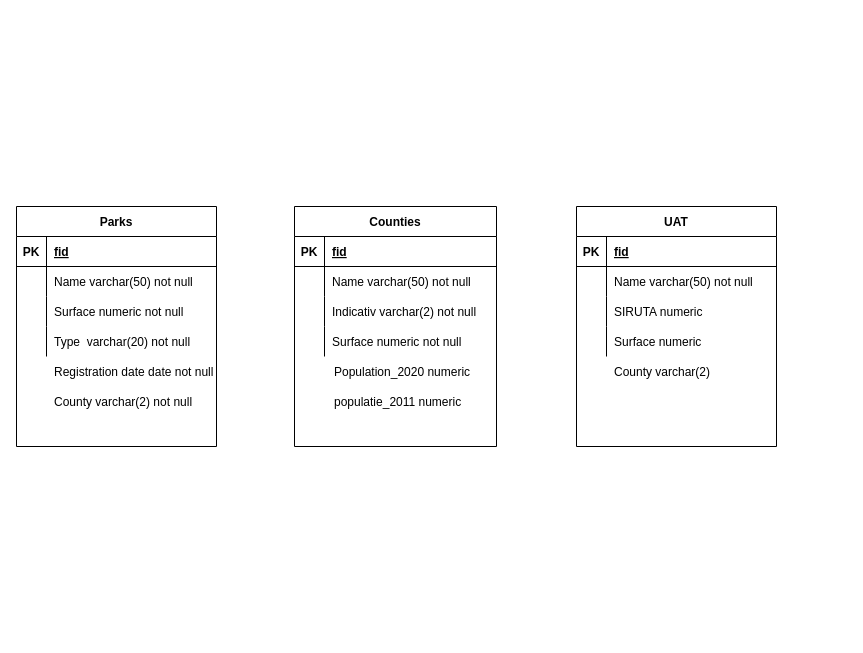
This is modelaredb1.drawio from robertwiki19/db_modeling, a draw.io file, before an edit. Source tidied: cells renumbered, new cells numbered last; positions are measured from the earlier drawing's top-left corner, leaving out a move shared by most shapes. Both pictures are drawn from the tidied source at 100%, with x=0, y=0 at pixel (16, 206).
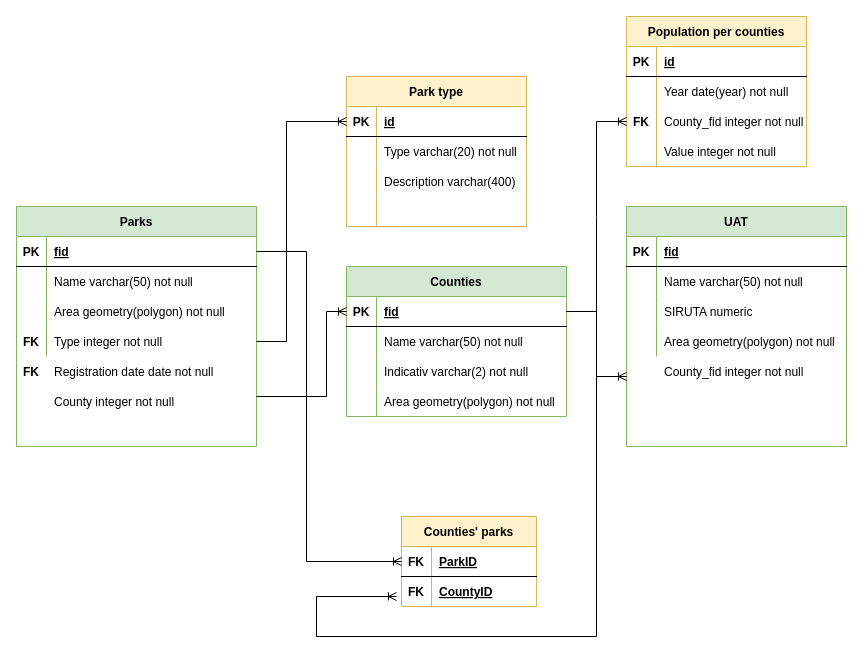
Above is the later version.

Diff of the diagram source:
```diff
@@
-    <mxCell id="2" value="Parks" style="shape=table;startSize=30;childLayout=tableLayout;rowLines=0;fontStyle=1;align=center;" parent="1" vertex="1">
-      <mxGeometry width="200" height="240" as="geometry" />
+    <mxCell id="2" value="Parks" style="shape=table;startSize=30;childLayout=tableLayout;rowLines=0;fontStyle=1;align=center;fillColor=#d5e8d4;strokeColor=#82b366;" parent="1" vertex="1">
+      <mxGeometry width="240" height="240" as="geometry" />
     </mxCell>
     <mxCell id="3" style="shape=tableRow;horizontal=0;startSize=0;swimlaneHead=0;swimlaneBody=0;fillColor=none;points=[[0,0.5],[1,0.5]];portConstraint=eastwest;top=0;left=0;right=0;bottom=1;" parent="2" vertex="1">
-      <mxGeometry y="30" width="200" height="30" as="geometry" />
+      <mxGeometry y="30" width="240" height="30" as="geometry" />
     </mxCell>
@@
     <mxCell id="5" value="fid" style="shape=partialRectangle;fillColor=none;top=0;left=0;bottom=0;right=0;align=left;spacingLeft=6;fontStyle=5;overflow=hidden;" parent="3" vertex="1">
-      <mxGeometry x="30" width="170" height="30" as="geometry" />
+      <mxGeometry x="30" width="210" height="30" as="geometry" />
     </mxCell>
     <mxCell id="6" style="shape=tableRow;horizontal=0;startSize=0;swimlaneHead=0;swimlaneBody=0;fillColor=none;top=0;left=0;right=0;bottom=0;" parent="2" vertex="1">
-      <mxGeometry y="60" width="200" height="30" as="geometry" />
+      <mxGeometry y="60" width="240" height="30" as="geometry" />
     </mxCell>
@@
     <mxCell id="8" value="Name varchar(50) not null" style="shape=partialRectangle;fillColor=none;top=0;left=0;bottom=0;right=0;align=left;spacingLeft=6;overflow=hidden;" parent="6" vertex="1">
-      <mxGeometry x="30" width="170" height="30" as="geometry" />
+      <mxGeometry x="30" width="210" height="30" as="geometry" />
     </mxCell>
     <mxCell id="9" style="shape=tableRow;horizontal=0;startSize=0;swimlaneHead=0;swimlaneBody=0;fillColor=none;top=0;left=0;right=0;bottom=0;" parent="2" vertex="1">
-      <mxGeometry y="90" width="200" height="30" as="geometry" />
+      <mxGeometry y="90" width="240" height="30" as="geometry" />
     </mxCell>
@@
-    <mxCell id="11" value="Surface numeric not null" style="shape=partialRectangle;fillColor=none;top=0;left=0;bottom=0;right=0;align=left;spacingLeft=6;overflow=hidden;" parent="9" vertex="1">
-      <mxGeometry x="30" width="170" height="30" as="geometry" />
+    <mxCell id="11" value="Area geometry(polygon) not null" style="shape=partialRectangle;fillColor=none;top=0;left=0;bottom=0;right=0;align=left;spacingLeft=6;overflow=hidden;" parent="9" vertex="1">
+      <mxGeometry x="30" width="210" height="30" as="geometry" />
     </mxCell>
     <mxCell id="12" style="shape=tableRow;horizontal=0;startSize=0;swimlaneHead=0;swimlaneBody=0;fillColor=none;points=[[0,0.5],[1,0.5]];portConstraint=eastwest;top=0;left=0;right=0;bottom=0;" parent="2" vertex="1">
-      <mxGeometry y="120" width="200" height="30" as="geometry" />
+      <mxGeometry y="120" width="240" height="30" as="geometry" />
     </mxCell>
-    <mxCell id="13" style="shape=partialRectangle;fillColor=none;top=0;left=0;bottom=0;right=0;overflow=hidden;" parent="12" vertex="1">
+    <mxCell id="13" value="FK" style="shape=partialRectangle;fillColor=none;top=0;left=0;bottom=0;right=0;overflow=hidden;fontStyle=1;" parent="12" vertex="1">
       <mxGeometry width="30" height="30" as="geometry" />
     </mxCell>
-    <mxCell id="14" value="Type  varchar(20) not null" style="shape=partialRectangle;fillColor=none;top=0;left=0;bottom=0;right=0;align=left;spacingLeft=6;overflow=hidden;" parent="12" vertex="1">
-      <mxGeometry x="30" width="170" height="30" as="geometry" />
+    <mxCell id="14" value="Type integer not null" style="shape=partialRectangle;fillColor=none;top=0;left=0;bottom=0;right=0;align=left;spacingLeft=6;overflow=hidden;" parent="12" vertex="1">
+      <mxGeometry x="30" width="210" height="30" as="geometry" />
     </mxCell>
-    <mxCell id="15" value="Counties" style="shape=table;startSize=30;childLayout=tableLayout;rowLines=0;fontStyle=1;align=center;" parent="1" vertex="1">
-      <mxGeometry x="278" width="202" height="240" as="geometry" />
+    <mxCell id="15" value="Counties" style="shape=table;startSize=30;childLayout=tableLayout;rowLines=0;fontStyle=1;align=center;fillColor=#d5e8d4;strokeColor=#82b366;" parent="1" vertex="1">
+      <mxGeometry x="330" y="60" width="220" height="150" as="geometry" />
     </mxCell>
     <mxCell id="16" style="shape=tableRow;horizontal=0;startSize=0;swimlaneHead=0;swimlaneBody=0;fillColor=none;points=[[0,0.5],[1,0.5]];portConstraint=eastwest;top=0;left=0;right=0;bottom=1;" parent="15" vertex="1">
-      <mxGeometry y="30" width="202" height="30" as="geometry" />
+      <mxGeometry y="30" width="220" height="30" as="geometry" />
     </mxCell>
@@
     <mxCell id="18" value="fid" style="shape=partialRectangle;fillColor=none;top=0;left=0;bottom=0;right=0;align=left;spacingLeft=6;fontStyle=5;overflow=hidden;" parent="16" vertex="1">
-      <mxGeometry x="30" width="172" height="30" as="geometry" />
+      <mxGeometry x="30" width="190" height="30" as="geometry" />
     </mxCell>
     <mxCell id="19" style="shape=tableRow;horizontal=0;startSize=0;swimlaneHead=0;swimlaneBody=0;fillColor=none;top=0;left=0;right=0;bottom=0;" parent="15" vertex="1">
-      <mxGeometry y="60" width="202" height="30" as="geometry" />
+      <mxGeometry y="60" width="220" height="30" as="geometry" />
     </mxCell>
@@
     <mxCell id="21" value="Name varchar(50) not null" style="shape=partialRectangle;fillColor=none;top=0;left=0;bottom=0;right=0;align=left;spacingLeft=6;overflow=hidden;" parent="19" vertex="1">
-      <mxGeometry x="30" width="172" height="30" as="geometry" />
+      <mxGeometry x="30" width="190" height="30" as="geometry" />
     </mxCell>
     <mxCell id="22" style="shape=tableRow;horizontal=0;startSize=0;swimlaneHead=0;swimlaneBody=0;fillColor=none;top=0;left=0;right=0;bottom=0;" parent="15" vertex="1">
-      <mxGeometry y="90" width="202" height="30" as="geometry" />
+      <mxGeometry y="90" width="220" height="30" as="geometry" />
     </mxCell>
@@
     <mxCell id="24" value="Indicativ varchar(2) not null" style="shape=partialRectangle;fillColor=none;top=0;left=0;bottom=0;right=0;align=left;spacingLeft=6;overflow=hidden;" parent="22" vertex="1">
-      <mxGeometry x="30" width="172" height="30" as="geometry" />
+      <mxGeometry x="30" width="190" height="30" as="geometry" />
     </mxCell>
     <mxCell id="25" style="shape=tableRow;horizontal=0;startSize=0;swimlaneHead=0;swimlaneBody=0;fillColor=none;top=0;left=0;right=0;bottom=0;" parent="15" vertex="1">
-      <mxGeometry y="120" width="202" height="30" as="geometry" />
+      <mxGeometry y="120" width="220" height="30" as="geometry" />
     </mxCell>
@@
-    <mxCell id="27" value="Surface numeric not null" style="shape=partialRectangle;fillColor=none;top=0;left=0;bottom=0;right=0;align=left;spacingLeft=6;overflow=hidden;" parent="25" vertex="1">
-      <mxGeometry x="30" width="172" height="30" as="geometry" />
+    <mxCell id="27" value="Area geometry(polygon) not null" style="shape=partialRectangle;fillColor=none;top=0;left=0;bottom=0;right=0;align=left;spacingLeft=6;overflow=hidden;" parent="25" vertex="1">
+      <mxGeometry x="30" width="190" height="30" as="geometry" />
     </mxCell>
@@
-    <mxCell id="29" value="County varchar(2) not null" style="shape=partialRectangle;fillColor=none;top=0;left=0;bottom=0;right=0;align=left;spacingLeft=6;overflow=hidden;" parent="1" vertex="1">
+    <mxCell id="29" value="County integer not null" style="shape=partialRectangle;fillColor=none;top=0;left=0;bottom=0;right=0;align=left;spacingLeft=6;overflow=hidden;" parent="1" vertex="1">
       <mxGeometry x="30" y="180" width="180" height="30" as="geometry" />
     </mxCell>
-    <mxCell id="30" value="Population_2020 numeric" style="shape=partialRectangle;fillColor=none;top=0;left=0;bottom=0;right=0;align=left;spacingLeft=6;overflow=hidden;" parent="1" vertex="1">
-      <mxGeometry x="310" y="150" width="180" height="30" as="geometry" />
-    </mxCell>
-    <mxCell id="31" value="populatie_2011 numeric" style="shape=partialRectangle;fillColor=none;top=0;left=0;bottom=0;right=0;align=left;spacingLeft=6;overflow=hidden;" parent="1" vertex="1">
-      <mxGeometry x="310" y="180" width="180" height="30" as="geometry" />
-    </mxCell>
-    <mxCell id="32" value="UAT" style="shape=table;startSize=30;childLayout=tableLayout;rowLines=0;fontStyle=1;align=center;" parent="1" vertex="1">
-      <mxGeometry x="560" width="200" height="240" as="geometry" />
+    <mxCell id="32" value="UAT" style="shape=table;startSize=30;childLayout=tableLayout;rowLines=0;fontStyle=1;align=center;fillColor=#d5e8d4;strokeColor=#82b366;" parent="1" vertex="1">
+      <mxGeometry x="610" width="220" height="240" as="geometry" />
     </mxCell>
     <mxCell id="33" style="shape=tableRow;horizontal=0;startSize=0;swimlaneHead=0;swimlaneBody=0;fillColor=none;top=0;left=0;right=0;bottom=1;" parent="32" vertex="1">
-      <mxGeometry y="30" width="200" height="30" as="geometry" />
+      <mxGeometry y="30" width="220" height="30" as="geometry" />
     </mxCell>
@@
     <mxCell id="35" value="fid" style="shape=partialRectangle;fillColor=none;top=0;left=0;bottom=0;right=0;align=left;spacingLeft=6;fontStyle=5;overflow=hidden;" parent="33" vertex="1">
-      <mxGeometry x="30" width="170" height="30" as="geometry" />
+      <mxGeometry x="30" width="190" height="30" as="geometry" />
     </mxCell>
     <mxCell id="36" style="shape=tableRow;horizontal=0;startSize=0;swimlaneHead=0;swimlaneBody=0;fillColor=none;top=0;left=0;right=0;bottom=0;" parent="32" vertex="1">
-      <mxGeometry y="60" width="200" height="30" as="geometry" />
+      <mxGeometry y="60" width="220" height="30" as="geometry" />
     </mxCell>
@@
     <mxCell id="38" value="Name varchar(50) not null" style="shape=partialRectangle;fillColor=none;top=0;left=0;bottom=0;right=0;align=left;spacingLeft=6;overflow=hidden;" parent="36" vertex="1">
-      <mxGeometry x="30" width="170" height="30" as="geometry" />
+      <mxGeometry x="30" width="190" height="30" as="geometry" />
     </mxCell>
     <mxCell id="39" style="shape=tableRow;horizontal=0;startSize=0;swimlaneHead=0;swimlaneBody=0;fillColor=none;top=0;left=0;right=0;bottom=0;" parent="32" vertex="1">
-      <mxGeometry y="90" width="200" height="30" as="geometry" />
+      <mxGeometry y="90" width="220" height="30" as="geometry" />
     </mxCell>
@@
     <mxCell id="41" value="SIRUTA numeric" style="shape=partialRectangle;fillColor=none;top=0;left=0;bottom=0;right=0;align=left;spacingLeft=6;overflow=hidden;" parent="39" vertex="1">
-      <mxGeometry x="30" width="170" height="30" as="geometry" />
+      <mxGeometry x="30" width="190" height="30" as="geometry" />
     </mxCell>
     <mxCell id="42" style="shape=tableRow;horizontal=0;startSize=0;swimlaneHead=0;swimlaneBody=0;fillColor=none;top=0;left=0;right=0;bottom=0;" parent="32" vertex="1">
-      <mxGeometry y="120" width="200" height="30" as="geometry" />
+      <mxGeometry y="120" width="220" height="30" as="geometry" />
     </mxCell>
@@
-    <mxCell id="44" value="Surface numeric" style="shape=partialRectangle;fillColor=none;top=0;left=0;bottom=0;right=0;align=left;spacingLeft=6;overflow=hidden;" parent="42" vertex="1">
-      <mxGeometry x="30" width="170" height="30" as="geometry" />
+    <mxCell id="44" value="Area geometry(polygon) not null" style="shape=partialRectangle;fillColor=none;top=0;left=0;bottom=0;right=0;align=left;spacingLeft=6;overflow=hidden;" parent="42" vertex="1">
+      <mxGeometry x="30" width="190" height="30" as="geometry" />
     </mxCell>
-    <mxCell id="45" value="County varchar(2)" style="shape=partialRectangle;fillColor=none;top=0;left=0;bottom=0;right=0;align=left;spacingLeft=6;overflow=hidden;" parent="1" vertex="1">
-      <mxGeometry x="590" y="150" width="170" height="30" as="geometry" />
+    <mxCell id="45" value="County_fid integer not null" style="shape=partialRectangle;fillColor=none;top=0;left=0;bottom=0;right=0;align=left;spacingLeft=6;overflow=hidden;" parent="1" vertex="1">
+      <mxGeometry x="640" y="150" width="170" height="30" as="geometry" />
     </mxCell>
+    <mxCell id="46" value="Park type" style="shape=table;startSize=30;childLayout=tableLayout;rowLines=0;fontStyle=1;align=center;fillColor=#fff2cc;strokeColor=#d6b656;" parent="1" vertex="1">
+      <mxGeometry x="330" y="-130" width="180" height="150" as="geometry" />
+    </mxCell>
+    <mxCell id="47" style="shape=tableRow;horizontal=0;startSize=0;swimlaneHead=0;swimlaneBody=0;fillColor=none;points=[[0,0.5],[1,0.5]];portConstraint=eastwest;top=0;left=0;right=0;bottom=1;" parent="46" vertex="1">
+      <mxGeometry y="30" width="180" height="30" as="geometry" />
+    </mxCell>
+    <mxCell id="48" value="PK" style="shape=partialRectangle;fillColor=none;top=0;left=0;bottom=0;right=0;fontStyle=1;overflow=hidden;" parent="47" vertex="1">
+      <mxGeometry width="30" height="30" as="geometry" />
+    </mxCell>
+    <mxCell id="49" value="id" style="shape=partialRectangle;fillColor=none;top=0;left=0;bottom=0;right=0;align=left;spacingLeft=6;fontStyle=5;overflow=hidden;" parent="47" vertex="1">
+      <mxGeometry x="30" width="150" height="30" as="geometry" />
+    </mxCell>
+    <mxCell id="50" style="shape=tableRow;horizontal=0;startSize=0;swimlaneHead=0;swimlaneBody=0;fillColor=none;top=0;left=0;right=0;bottom=0;" parent="46" vertex="1">
+      <mxGeometry y="60" width="180" height="30" as="geometry" />
+    </mxCell>
+    <mxCell id="51" style="shape=partialRectangle;fillColor=none;top=0;left=0;bottom=0;right=0;overflow=hidden;" parent="50" vertex="1">
+      <mxGeometry width="30" height="30" as="geometry" />
+    </mxCell>
+    <mxCell id="52" value="Type varchar(20) not null" style="shape=partialRectangle;fillColor=none;top=0;left=0;bottom=0;right=0;align=left;spacingLeft=6;overflow=hidden;" parent="50" vertex="1">
+      <mxGeometry x="30" width="150" height="30" as="geometry" />
+    </mxCell>
+    <mxCell id="53" style="shape=tableRow;horizontal=0;startSize=0;swimlaneHead=0;swimlaneBody=0;fillColor=none;top=0;left=0;right=0;bottom=0;" parent="46" vertex="1">
+      <mxGeometry y="90" width="180" height="30" as="geometry" />
+    </mxCell>
+    <mxCell id="54" style="shape=partialRectangle;fillColor=none;top=0;left=0;bottom=0;right=0;overflow=hidden;" parent="53" vertex="1">
+      <mxGeometry width="30" height="30" as="geometry" />
+    </mxCell>
+    <mxCell id="55" value="Description varchar(400)" style="shape=partialRectangle;fillColor=none;top=0;left=0;bottom=0;right=0;align=left;spacingLeft=6;overflow=hidden;" parent="53" vertex="1">
+      <mxGeometry x="30" width="150" height="30" as="geometry" />
+    </mxCell>
+    <mxCell id="56" style="shape=tableRow;horizontal=0;startSize=0;swimlaneHead=0;swimlaneBody=0;fillColor=none;top=0;left=0;right=0;bottom=0;" parent="46" vertex="1">
+      <mxGeometry y="120" width="180" height="30" as="geometry" />
+    </mxCell>
+    <mxCell id="57" style="shape=partialRectangle;fillColor=none;top=0;left=0;bottom=0;right=0;overflow=hidden;" parent="56" vertex="1">
+      <mxGeometry width="30" height="30" as="geometry" />
+    </mxCell>
+    <mxCell id="58" style="shape=partialRectangle;fillColor=none;top=0;left=0;bottom=0;right=0;align=left;spacingLeft=6;overflow=hidden;" parent="56" vertex="1">
+      <mxGeometry x="30" width="150" height="30" as="geometry" />
+    </mxCell>
+    <mxCell id="59" style="edgeStyle=orthogonalEdgeStyle;fontSize=12;html=1;endArrow=ERoneToMany;rounded=0;entryX=0;entryY=0.5;entryDx=0;entryDy=0;" parent="1" edge="1" source="12" target="47">
+      <mxGeometry relative="1" as="geometry">
+        <Array as="points">
+          <mxPoint x="270" y="135" />
+          <mxPoint x="270" y="-85" />
+        </Array>
+      </mxGeometry>
+    </mxCell>
+    <mxCell id="60" value="FK" style="shape=partialRectangle;fillColor=none;top=0;left=0;bottom=0;right=0;overflow=hidden;fontStyle=1;" parent="1" vertex="1">
+      <mxGeometry y="150" width="30" height="30" as="geometry" />
+    </mxCell>
+    <mxCell id="61" style="edgeStyle=orthogonalEdgeStyle;fontSize=12;html=1;endArrow=ERoneToMany;rounded=0;entryX=0;entryY=0.5;entryDx=0;entryDy=0;" parent="1" edge="1" target="16">
+      <mxGeometry relative="1" as="geometry">
+        <mxPoint x="240" y="190" as="sourcePoint" />
+        <Array as="points">
+          <mxPoint x="310" y="190" />
+          <mxPoint x="310" y="105" />
+        </Array>
+      </mxGeometry>
+    </mxCell>
+    <mxCell id="62" value="Population per counties" style="shape=table;startSize=30;childLayout=tableLayout;rowLines=0;fontStyle=1;align=center;fillColor=#fff2cc;strokeColor=#d6b656;" parent="1" vertex="1">
+      <mxGeometry x="610" y="-190" width="180" height="150" as="geometry" />
+    </mxCell>
+    <mxCell id="63" style="shape=tableRow;horizontal=0;startSize=0;swimlaneHead=0;swimlaneBody=0;fillColor=none;top=0;left=0;right=0;bottom=1;" parent="62" vertex="1">
+      <mxGeometry y="30" width="180" height="30" as="geometry" />
+    </mxCell>
+    <mxCell id="64" value="PK" style="shape=partialRectangle;fillColor=none;top=0;left=0;bottom=0;right=0;fontStyle=1;overflow=hidden;" parent="63" vertex="1">
+      <mxGeometry width="30" height="30" as="geometry" />
+    </mxCell>
+    <mxCell id="65" value="id" style="shape=partialRectangle;fillColor=none;top=0;left=0;bottom=0;right=0;align=left;spacingLeft=6;fontStyle=5;overflow=hidden;" parent="63" vertex="1">
+      <mxGeometry x="30" width="150" height="30" as="geometry" />
+    </mxCell>
+    <mxCell id="66" style="shape=tableRow;horizontal=0;startSize=0;swimlaneHead=0;swimlaneBody=0;fillColor=none;top=0;left=0;right=0;bottom=0;" parent="62" vertex="1">
+      <mxGeometry y="60" width="180" height="30" as="geometry" />
+    </mxCell>
+    <mxCell id="67" style="shape=partialRectangle;fillColor=none;top=0;left=0;bottom=0;right=0;overflow=hidden;" parent="66" vertex="1">
+      <mxGeometry width="30" height="30" as="geometry" />
+    </mxCell>
+    <mxCell id="68" value="Year date(year) not null" style="shape=partialRectangle;fillColor=none;top=0;left=0;bottom=0;right=0;align=left;spacingLeft=6;overflow=hidden;" parent="66" vertex="1">
+      <mxGeometry x="30" width="150" height="30" as="geometry" />
+    </mxCell>
+    <mxCell id="69" style="shape=tableRow;horizontal=0;startSize=0;swimlaneHead=0;swimlaneBody=0;fillColor=none;points=[[0,0.5],[1,0.5]];portConstraint=eastwest;top=0;left=0;right=0;bottom=0;" parent="62" vertex="1">
+      <mxGeometry y="90" width="180" height="30" as="geometry" />
+    </mxCell>
+    <mxCell id="70" value="FK" style="shape=partialRectangle;fillColor=none;top=0;left=0;bottom=0;right=0;overflow=hidden;fontStyle=1;" parent="69" vertex="1">
+      <mxGeometry width="30" height="30" as="geometry" />
+    </mxCell>
+    <mxCell id="71" value="County_fid integer not null" style="shape=partialRectangle;fillColor=none;top=0;left=0;bottom=0;right=0;align=left;spacingLeft=6;overflow=hidden;" parent="69" vertex="1">
+      <mxGeometry x="30" width="150" height="30" as="geometry" />
+    </mxCell>
+    <mxCell id="72" style="shape=tableRow;horizontal=0;startSize=0;swimlaneHead=0;swimlaneBody=0;fillColor=none;top=0;left=0;right=0;bottom=0;" parent="62" vertex="1">
+      <mxGeometry y="120" width="180" height="30" as="geometry" />
+    </mxCell>
+    <mxCell id="73" style="shape=partialRectangle;fillColor=none;top=0;left=0;bottom=0;right=0;overflow=hidden;" parent="72" vertex="1">
+      <mxGeometry width="30" height="30" as="geometry" />
+    </mxCell>
+    <mxCell id="74" value="Value integer not null" style="shape=partialRectangle;fillColor=none;top=0;left=0;bottom=0;right=0;align=left;spacingLeft=6;overflow=hidden;" parent="72" vertex="1">
+      <mxGeometry x="30" width="150" height="30" as="geometry" />
+    </mxCell>
+    <mxCell id="75" style="edgeStyle=entityRelationEdgeStyle;fontSize=12;html=1;endArrow=ERoneToMany;rounded=0;entryX=0;entryY=0.5;entryDx=0;entryDy=0;exitX=1;exitY=0.5;exitDx=0;exitDy=0;" parent="1" edge="1" source="16" target="69">
+      <mxGeometry relative="1" as="geometry" />
+    </mxCell>
+    <mxCell id="76" style="edgeStyle=entityRelationEdgeStyle;fontSize=12;html=1;endArrow=ERoneToMany;rounded=0;exitX=1;exitY=0.5;exitDx=0;exitDy=0;" parent="1" edge="1" source="16">
+      <mxGeometry relative="1" as="geometry">
+        <mxPoint x="610" y="170" as="targetPoint" />
+      </mxGeometry>
+    </mxCell>
+    <mxCell id="77" value="Counties' parks" style="shape=table;startSize=30;childLayout=tableLayout;rowLines=0;fontStyle=1;align=center;fillColor=#fff2cc;strokeColor=#d6b656;" parent="1" vertex="1">
+      <mxGeometry x="385" y="310" width="135" height="90" as="geometry" />
+    </mxCell>
+    <mxCell id="78" style="shape=tableRow;horizontal=0;startSize=0;swimlaneHead=0;swimlaneBody=0;fillColor=none;points=[[0,0.5],[1,0.5]];portConstraint=eastwest;top=0;left=0;right=0;bottom=1;" parent="77" vertex="1">
+      <mxGeometry y="30" width="135" height="30" as="geometry" />
+    </mxCell>
+    <mxCell id="79" value="FK" style="shape=partialRectangle;fillColor=none;top=0;left=0;bottom=0;right=0;fontStyle=1;overflow=hidden;" parent="78" vertex="1">
+      <mxGeometry width="30" height="30" as="geometry" />
+    </mxCell>
+    <mxCell id="80" value="ParkID" style="shape=partialRectangle;fillColor=none;top=0;left=0;bottom=0;right=0;align=left;spacingLeft=6;fontStyle=5;overflow=hidden;" parent="78" vertex="1">
+      <mxGeometry x="30" width="105" height="30" as="geometry" />
+    </mxCell>
+    <mxCell id="81" style="shape=tableRow;horizontal=0;startSize=0;swimlaneHead=0;swimlaneBody=0;fillColor=none;top=0;left=0;right=0;bottom=0;" parent="77" vertex="1">
+      <mxGeometry y="60" width="135" height="30" as="geometry" />
+    </mxCell>
+    <mxCell id="82" style="shape=partialRectangle;fillColor=none;top=0;left=0;bottom=0;right=0;overflow=hidden;" parent="81" vertex="1">
+      <mxGeometry width="30" height="30" as="geometry" />
+    </mxCell>
+    <mxCell id="83" style="shape=partialRectangle;fillColor=none;top=0;left=0;bottom=0;right=0;align=left;spacingLeft=6;overflow=hidden;" parent="81" vertex="1">
+      <mxGeometry x="30" width="105" height="30" as="geometry" />
+    </mxCell>
+    <mxCell id="84" value="FK" style="shape=partialRectangle;fillColor=none;top=0;left=0;bottom=0;right=0;fontStyle=1;overflow=hidden;" parent="1" vertex="1">
+      <mxGeometry x="385" y="370" width="30" height="30" as="geometry" />
+    </mxCell>
+    <mxCell id="85" value="CountyID" style="shape=partialRectangle;fillColor=none;top=0;left=0;bottom=0;right=0;align=left;spacingLeft=6;fontStyle=5;overflow=hidden;" parent="1" vertex="1">
+      <mxGeometry x="415" y="370" width="150" height="30" as="geometry" />
+    </mxCell>
+    <mxCell id="86" style="edgeStyle=orthogonalEdgeStyle;fontSize=12;html=1;endArrow=ERoneToMany;rounded=0;entryX=0;entryY=0.5;entryDx=0;entryDy=0;exitX=1;exitY=0.5;exitDx=0;exitDy=0;" parent="1" edge="1" source="3" target="78">
+      <mxGeometry relative="1" as="geometry">
+        <Array as="points">
+          <mxPoint x="290" y="45" />
+          <mxPoint x="290" y="355" />
+        </Array>
+      </mxGeometry>
+    </mxCell>
+    <mxCell id="87" style="edgeStyle=orthogonalEdgeStyle;fontSize=12;html=1;endArrow=ERoneToMany;rounded=0;exitX=1;exitY=0.5;exitDx=0;exitDy=0;" parent="1" edge="1" source="16">
+      <mxGeometry relative="1" as="geometry">
+        <mxPoint x="380" y="390" as="targetPoint" />
+        <Array as="points">
+          <mxPoint x="580" y="105" />
+          <mxPoint x="580" y="430" />
+          <mxPoint x="300" y="430" />
+          <mxPoint x="300" y="390" />
+        </Array>
+      </mxGeometry>
+    </mxCell>
```
